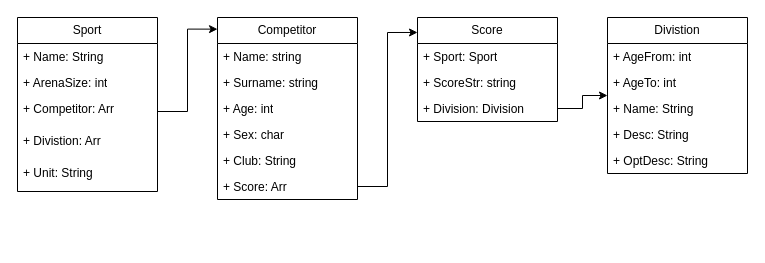
Earlier version of the draw.io diagram OOP_Projekt.drawio (FJ05/OOP_Projekt). Source tidied: cells renumbered, new cells numbered last; positions are measured from the earlier drawing's top-left corner, leaving out a move shared by most shapes. Both pictures are drawn from the tidied source at 100%, with x=0, y=0 at pixel (17, 17).
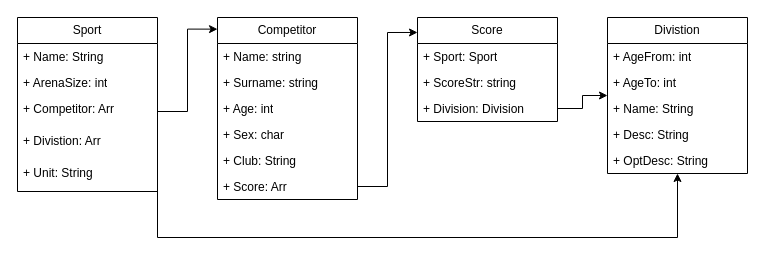
The same page after the edit.

The change refers to these unchanged cells:
```xml
<mxCell id="6" value="&lt;div&gt;+ Divistion: Arr &lt;br&gt;&lt;/div&gt;" style="text;strokeColor=none;fillColor=none;align=left;verticalAlign=top;spacingLeft=4;spacingRight=4;overflow=hidden;points=[[0,0.5],[1,0.5]];portConstraint=eastwest;whiteSpace=wrap;html=1;" parent="2" vertex="1">
  <mxGeometry y="110" width="140" height="32" as="geometry" />
</mxCell>
<mxCell id="16" value="Divistion" style="swimlane;fontStyle=0;horizontal=1;startSize=26;fillColor=none;whiteSpace=wrap;html=1;" parent="1" vertex="1">
  <mxGeometry x="590" width="140" height="156" as="geometry" />
</mxCell>
```

Diff of the diagram source:
```diff
@@
+    <mxCell id="28" style="edgeStyle=orthogonalEdgeStyle;rounded=0;jettySize=auto;html=1;exitX=1;exitY=0.5;exitDx=0;exitDy=0;entryX=0.5;entryY=1;entryDx=0;entryDy=0;" parent="1" edge="1" source="6" target="16">
+      <mxGeometry relative="1" as="geometry">
+        <Array as="points">
+          <mxPoint x="140" y="220" />
+          <mxPoint x="660" y="220" />
+        </Array>
+      </mxGeometry>
+    </mxCell>
```
